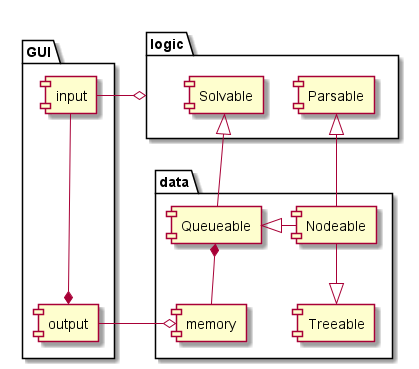
The PlantUML diagram src/docs/UML/architecture.png in vitalispopoff/calculator, before a commit.
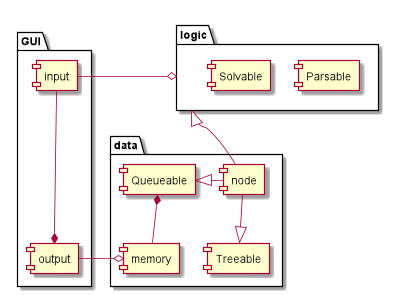
The same file after the commit.

The edit, as a diff of the source:
```diff
@@ -15,17 +15,17 @@
     component memory
     component Queueable
     component Treeable
-    component Nodeable
+    component node
 }
 
 [input]     -right-o    logic
+logic       <|-down-    [node]
 [output]    *-up--      [input]
 [output]    -right-o    [memory]
 
 [Queueable] *-down-     [memory]
-[Solvable]  <|-down-    [Queueable]
-[Nodeable]  -left-|>    [Queueable]
-[Nodeable]  -down-|>    [Treeable]
-[Parsable]  <|-down-    [Nodeable]
+
+[node]  -left-|>    [Queueable]
+[node]  -down-|>    [Treeable]
 
 @enduml
```
